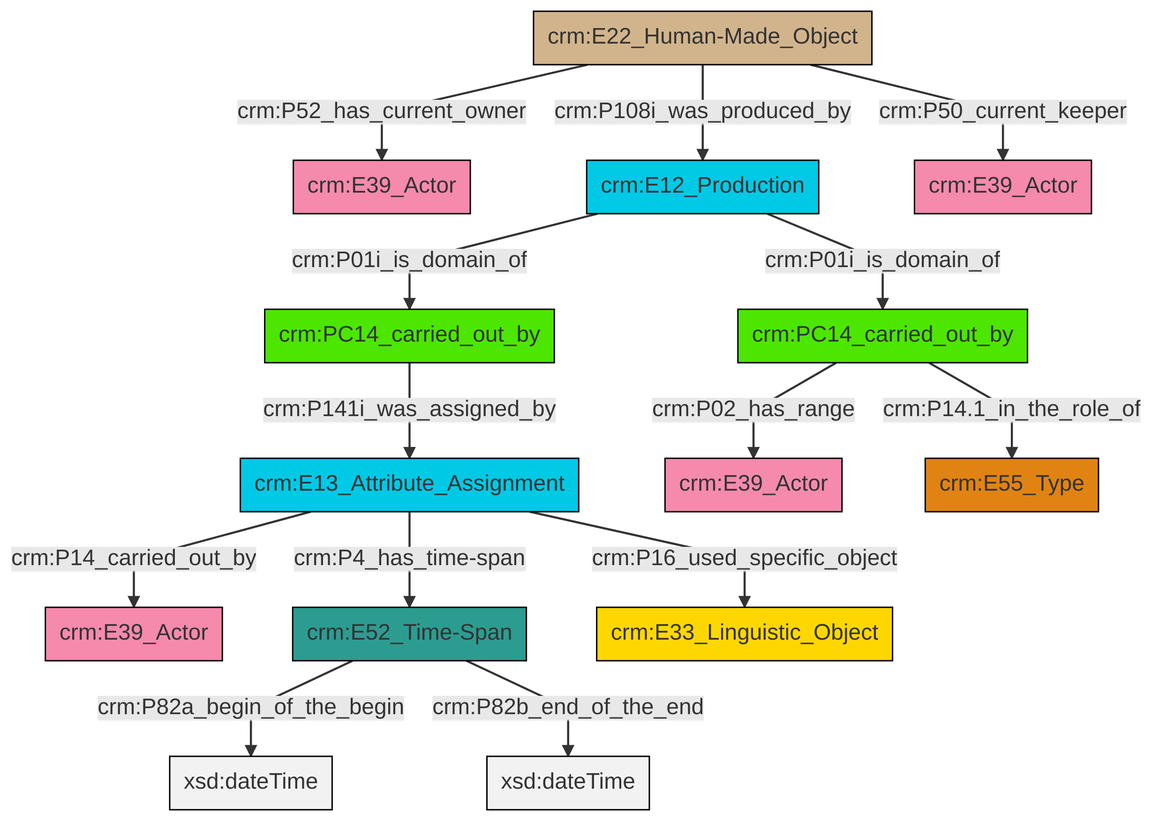
This is et/carrierCSV/ttl/mmd/png/carrier_relations.png from swiss-art-research-net/docs.swissartresearch, a Mermaid export, as it was before one commit. Its source is kept beside it as et/carrierCSV/ttl/mmd/carrier_relations.ttl.mmd.
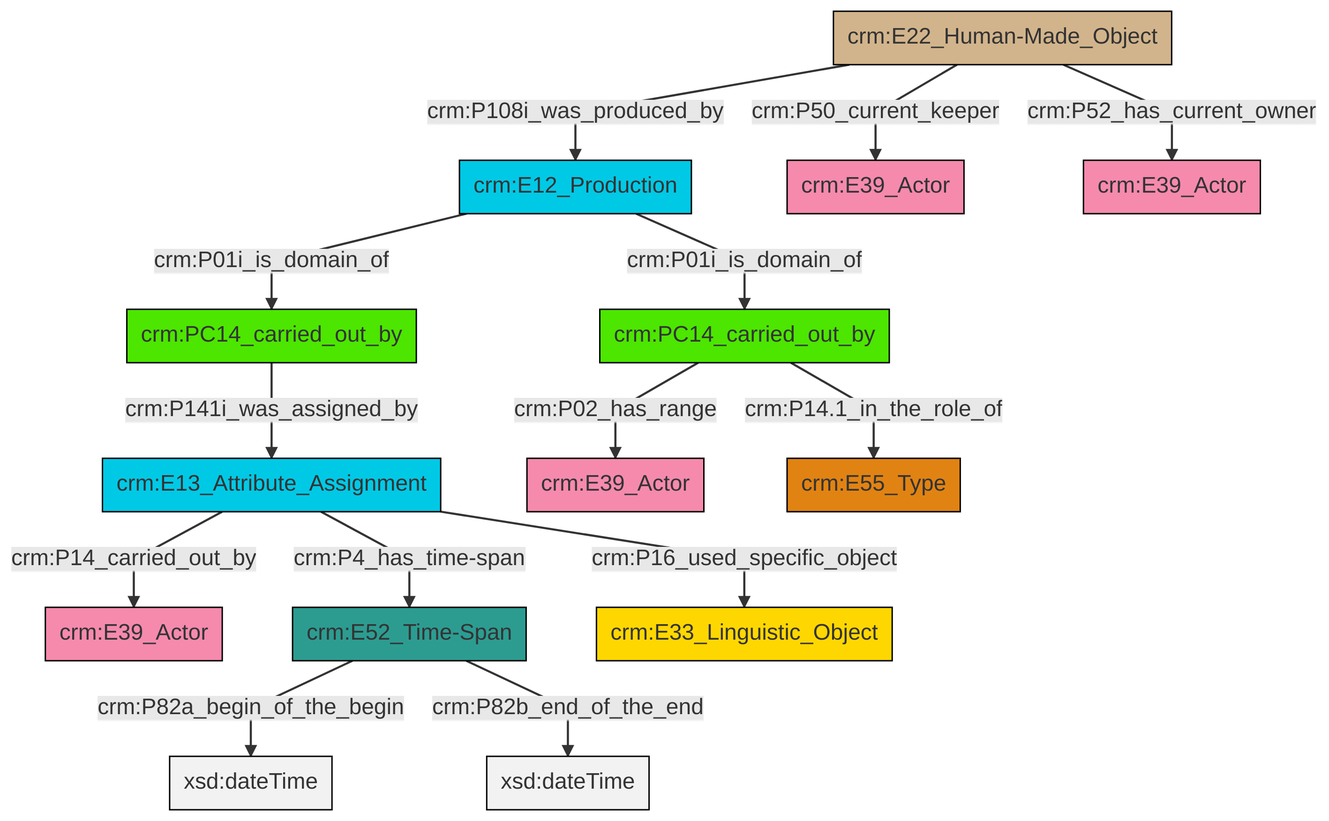
The same diagram one commit later.

What changed in the source:
```diff
@@ -13,16 +13,16 @@
 classDef PC_Classes fill:#4ce600, stroke:#000000;
 classDef Multi fill:#cccccc,stroke:#000000;
 
-2["crm:PC14_carried_out_by"]:::PC_Classes -->|crm:P02_has_range| 3["crm:E39_Actor"]:::Actor
-0["crm:E22_Human-Made_Object"]:::Physical_Thing -->|crm:P52_has_current_owner| 4["crm:E39_Actor"]:::Actor
-5["crm:E52_Time-Span"]:::Time-Span -->|crm:P82a_begin_of_the_begin| 6[xsd:dateTime]:::Literal
-7["crm:PC14_carried_out_by"]:::PC_Classes -->|crm:P141i_was_assigned_by| 8["crm:E13_Attribute_Assignment"]:::Temporal_Entity
-5["crm:E52_Time-Span"]:::Time-Span -->|crm:P82b_end_of_the_end| 11[xsd:dateTime]:::Literal
-8["crm:E13_Attribute_Assignment"]:::Temporal_Entity -->|crm:P14_carried_out_by| 12["crm:E39_Actor"]:::Actor
-0["crm:E22_Human-Made_Object"]:::Physical_Thing -->|crm:P108i_was_produced_by| 13["crm:E12_Production"]:::Temporal_Entity
-2["crm:PC14_carried_out_by"]:::PC_Classes -->|crm:P14.1_in_the_role_of| 16["crm:E55_Type"]:::Type
-0["crm:E22_Human-Made_Object"]:::Physical_Thing -->|crm:P50_current_keeper| 18["crm:E39_Actor"]:::Actor
-13["crm:E12_Production"]:::Temporal_Entity -->|crm:P01i_is_domain_of| 7["crm:PC14_carried_out_by"]:::PC_Classes
-8["crm:E13_Attribute_Assignment"]:::Temporal_Entity -->|crm:P4_has_time-span| 5["crm:E52_Time-Span"]:::Time-Span
-13["crm:E12_Production"]:::Temporal_Entity -->|crm:P01i_is_domain_of| 2["crm:PC14_carried_out_by"]:::PC_Classes
-8["crm:E13_Attribute_Assignment"]:::Temporal_Entity -->|crm:P16_used_specific_object| 24["crm:E33_Linguistic_Object"]:::Conceptual_Object
+2["crm:E22_Human-Made_Object"]:::Physical_Thing -->|crm:P108i_was_produced_by| 3["crm:E12_Production"]:::Temporal_Entity
+0["crm:PC14_carried_out_by"]:::PC_Classes -->|crm:P141i_was_assigned_by| 4["crm:E13_Attribute_Assignment"]:::Temporal_Entity
+4["crm:E13_Attribute_Assignment"]:::Temporal_Entity -->|crm:P14_carried_out_by| 8["crm:E39_Actor"]:::Actor
+11["crm:PC14_carried_out_by"]:::PC_Classes -->|crm:P14.1_in_the_role_of| 12["crm:E55_Type"]:::Type
+4["crm:E13_Attribute_Assignment"]:::Temporal_Entity -->|crm:P16_used_specific_object| 14["crm:E33_Linguistic_Object"]:::Conceptual_Object
+9["crm:E52_Time-Span"]:::Time-Span -->|crm:P82a_begin_of_the_begin| 17[xsd:dateTime]:::Literal
+2["crm:E22_Human-Made_Object"]:::Physical_Thing -->|crm:P50_current_keeper| 18["crm:E39_Actor"]:::Actor
+2["crm:E22_Human-Made_Object"]:::Physical_Thing -->|crm:P52_has_current_owner| 19["crm:E39_Actor"]:::Actor
+3["crm:E12_Production"]:::Temporal_Entity -->|crm:P01i_is_domain_of| 11["crm:PC14_carried_out_by"]:::PC_Classes
+4["crm:E13_Attribute_Assignment"]:::Temporal_Entity -->|crm:P4_has_time-span| 9["crm:E52_Time-Span"]:::Time-Span
+9["crm:E52_Time-Span"]:::Time-Span -->|crm:P82b_end_of_the_end| 20[xsd:dateTime]:::Literal
+11["crm:PC14_carried_out_by"]:::PC_Classes -->|crm:P02_has_range| 6["crm:E39_Actor"]:::Actor
+3["crm:E12_Production"]:::Temporal_Entity -->|crm:P01i_is_domain_of| 0["crm:PC14_carried_out_by"]:::PC_Classes
```
